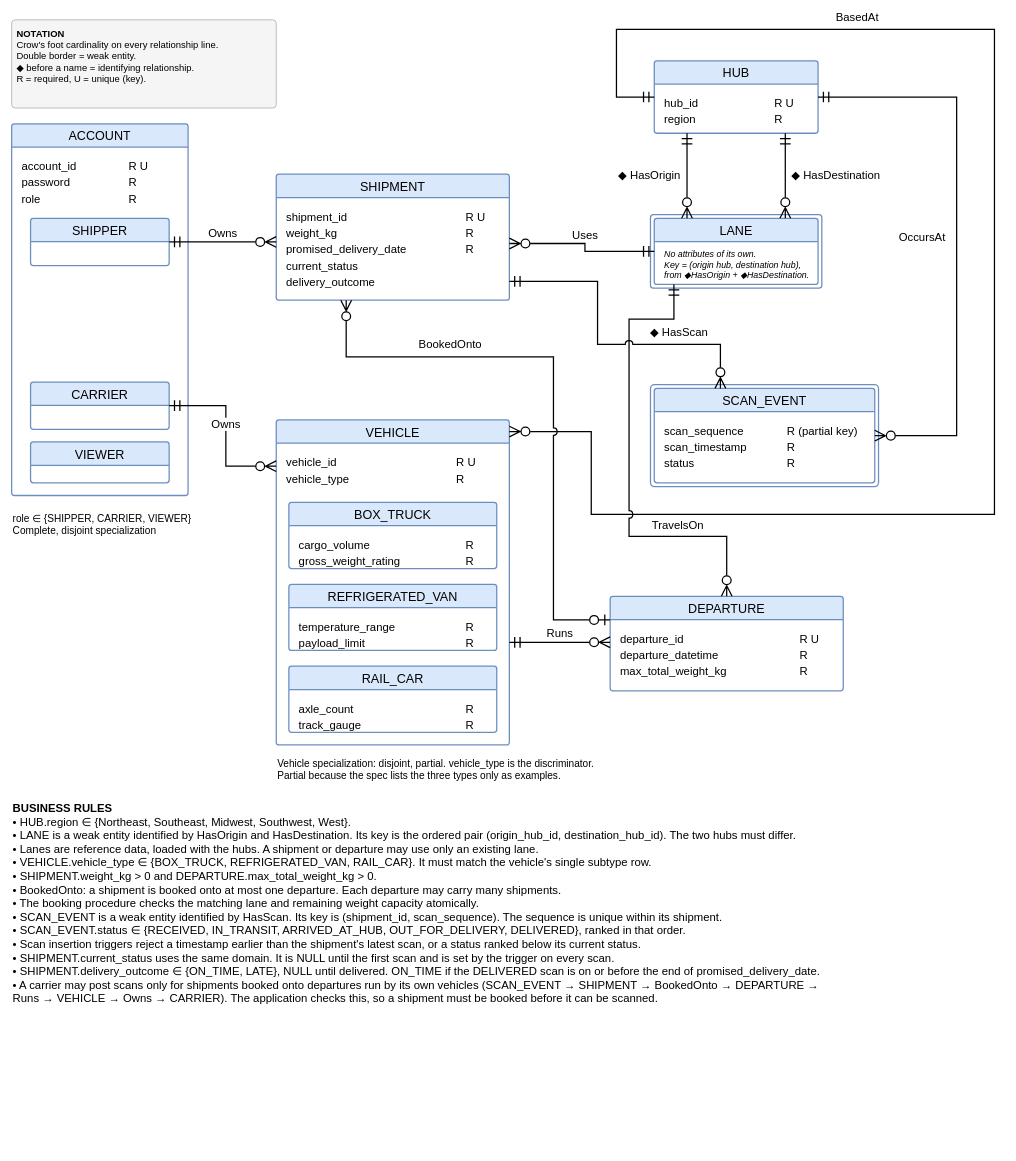
Before: diagrams/Final_Revised_ER_Diagram_v2.drawio in Devansh-Khandor/CSC540-Freight-Tracking-System, a draw.io diagram. Source tidied: cells renumbered, new cells numbered last; positions are measured from the earlier drawing's top-left corner, leaving out a move shared by most shapes. Both pictures are drawn from the tidied source at 63%, with x=0, y=0 at pixel (11, 20).
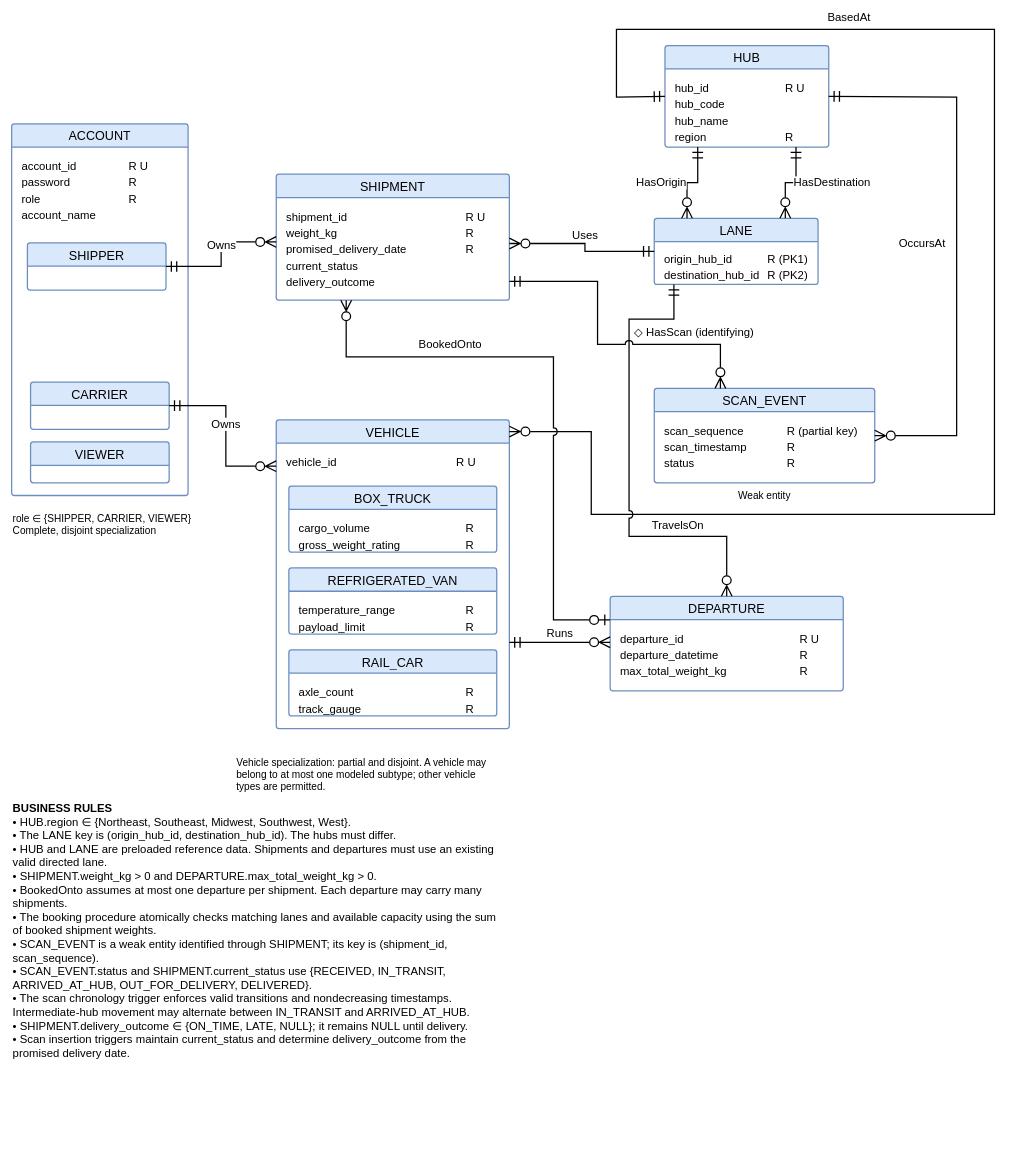
After the change.

Commit message (it also covers changes not shown here):
fix: preserve sample data names and finalize ER diagram

The change refers to these unchanged cells:
```xml
<mxCell id="5" value="ACCOUNT" style="swimlane;horizontal=1;startSize=37;rounded=1;fontSize=20;fontStyle=0;strokeWidth=2;shadow=0;dashed=0;align=center;arcSize=4;whiteSpace=wrap;html=1;fillColor=#dae8fc;strokeColor=#6c8ebf;overflow=hidden;" parent="1" vertex="1">
  <mxGeometry y="165" width="280" height="590" as="geometry" />
</mxCell>
<mxCell id="8" value="CARRIER" style="swimlane;horizontal=1;startSize=37;rounded=1;fontSize=20;fontStyle=0;strokeWidth=2;shadow=0;dashed=0;align=center;arcSize=4;whiteSpace=wrap;html=1;fillColor=#dae8fc;strokeColor=#6c8ebf;overflow=hidden;" parent="5" vertex="1">
  <mxGeometry x="30" y="410" width="220" height="75" as="geometry" />
</mxCell>
<mxCell id="11" value="SHIPMENT" style="swimlane;horizontal=1;startSize=37;rounded=1;fontSize=20;fontStyle=0;strokeWidth=2;shadow=0;dashed=0;align=center;arcSize=4;whiteSpace=wrap;html=1;fillColor=#dae8fc;strokeColor=#6c8ebf;overflow=hidden;" parent="1" vertex="1">
  <mxGeometry x="420" y="245" width="370" height="200" as="geometry" />
</mxCell>
<mxCell id="23" value="LANE" style="swimlane;horizontal=1;startSize=37;rounded=1;fontSize=20;fontStyle=0;strokeWidth=2;shadow=0;dashed=0;align=center;arcSize=4;whiteSpace=wrap;html=1;fillColor=#dae8fc;strokeColor=#6c8ebf;overflow=hidden;" parent="1" vertex="1">
  <mxGeometry x="1020" y="315" width="260" height="105" as="geometry" />
</mxCell>
<mxCell id="25" value="SCAN_EVENT" style="swimlane;horizontal=1;startSize=37;rounded=1;fontSize=20;fontStyle=0;strokeWidth=2;shadow=0;dashed=0;align=center;arcSize=4;whiteSpace=wrap;html=1;fillColor=#dae8fc;strokeColor=#6c8ebf;overflow=hidden;" parent="1" vertex="1">
  <mxGeometry x="1020" y="585" width="350" height="150" as="geometry" />
</mxCell>
<mxCell id="27" value="DEPARTURE" style="swimlane;horizontal=1;startSize=37;rounded=1;fontSize=20;fontStyle=0;strokeWidth=2;shadow=0;dashed=0;align=center;arcSize=4;whiteSpace=wrap;html=1;fillColor=#dae8fc;strokeColor=#6c8ebf;overflow=hidden;" parent="1" vertex="1">
  <mxGeometry x="950" y="915" width="370" height="150" as="geometry" />
</mxCell>
```

The edit, as a diff of the source:
```diff
@@
-    <mxCell id="2" value="&lt;b&gt;NOTATION&lt;/b&gt;&lt;br&gt;Crow's foot cardinality on every relationship line.&lt;br&gt;Double border = weak entity.&lt;br&gt;◆ before a name = identifying relationship.&lt;br&gt;R = required, U = unique (key)." style="text;html=1;strokeColor=#999999;fillColor=#f5f5f5;align=left;verticalAlign=top;whiteSpace=wrap;fontSize=15;spacing=8;rounded=1;arcSize=4;" parent="1" vertex="1">
-      <mxGeometry width="420" height="140" as="geometry" />
-    </mxCell>
-    <mxCell id="3" style="rounded=1;arcSize=4;fillColor=none;strokeColor=#6c8ebf;strokeWidth=2;html=1;" parent="1" vertex="1">
-      <mxGeometry x="1014" y="309" width="272" height="117" as="geometry" />
-    </mxCell>
-    <mxCell id="4" style="rounded=1;arcSize=4;fillColor=none;strokeColor=#6c8ebf;strokeWidth=2;html=1;" parent="1" vertex="1">
-      <mxGeometry x="1014" y="579" width="362" height="162" as="geometry" />
-    </mxCell>
@@
-    <mxCell id="6" value="&lt;div style=&quot;line-height:26px&quot;&gt;&lt;span style=&quot;display:inline-block;width:170px&quot;&gt;account_id&lt;/span&gt;R U&lt;/div&gt;&lt;div style=&quot;line-height:26px&quot;&gt;&lt;span style=&quot;display:inline-block;width:170px&quot;&gt;password&lt;/span&gt;R&lt;/div&gt;&lt;div style=&quot;line-height:26px&quot;&gt;&lt;span style=&quot;display:inline-block;width:170px&quot;&gt;role&lt;/span&gt;R&lt;/div&gt;" style="align=left;strokeColor=none;fillColor=none;spacingLeft=4;fontSize=18;verticalAlign=top;html=1;overflow=visible;" parent="5" vertex="1">
-      <mxGeometry x="10" y="48" width="260" height="78" as="geometry" />
+    <mxCell id="6" value="&lt;div style=&quot;line-height:26px&quot;&gt;&lt;span style=&quot;display:inline-block;width:170px&quot;&gt;account_id&lt;/span&gt;R U&lt;/div&gt;&lt;div style=&quot;line-height:26px&quot;&gt;&lt;span style=&quot;display:inline-block;width:170px&quot;&gt;password&lt;/span&gt;R&lt;/div&gt;&lt;div style=&quot;line-height:26px&quot;&gt;&lt;span style=&quot;display:inline-block;width:170px&quot;&gt;role&lt;/span&gt;R&lt;/div&gt;&lt;div style=&quot;line-height:26px&quot;&gt;account_name&amp;nbsp; &amp;nbsp; &amp;nbsp; &amp;nbsp; &amp;nbsp;&lt;/div&gt;" style="align=left;strokeColor=none;fillColor=none;spacingLeft=4;fontSize=18;verticalAlign=top;html=1;overflow=visible;" parent="5" vertex="1">
+      <mxGeometry x="10" y="48" width="260" height="95" as="geometry" />
     </mxCell>
     <mxCell id="7" value="SHIPPER" style="swimlane;horizontal=1;startSize=37;rounded=1;fontSize=20;fontStyle=0;strokeWidth=2;shadow=0;dashed=0;align=center;arcSize=4;whiteSpace=wrap;html=1;fillColor=#dae8fc;strokeColor=#6c8ebf;overflow=hidden;" parent="5" vertex="1">
-      <mxGeometry x="30" y="150" width="220" height="75" as="geometry" />
+      <mxGeometry x="25" y="189" width="220" height="75" as="geometry" />
     </mxCell>
@@
     <mxCell id="13" value="VEHICLE" style="swimlane;horizontal=1;startSize=37;rounded=1;fontSize=20;fontStyle=0;strokeWidth=2;shadow=0;dashed=0;align=center;arcSize=4;whiteSpace=wrap;html=1;fillColor=#dae8fc;strokeColor=#6c8ebf;overflow=hidden;" parent="1" vertex="1">
-      <mxGeometry x="420" y="635" width="370" height="516" as="geometry" />
+      <mxGeometry x="420" y="635" width="370" height="490" as="geometry" />
     </mxCell>
-    <mxCell id="14" value="&lt;div style=&quot;line-height:26px&quot;&gt;&lt;span style=&quot;display:inline-block;width:270px&quot;&gt;vehicle_id&lt;/span&gt;R U&lt;/div&gt;&lt;div style=&quot;line-height:26px&quot;&gt;&lt;span style=&quot;display:inline-block;width:270px&quot;&gt;vehicle_type&lt;/span&gt;R&lt;/div&gt;" style="align=left;strokeColor=none;fillColor=none;spacingLeft=4;fontSize=18;verticalAlign=top;html=1;overflow=visible;" parent="13" vertex="1">
-      <mxGeometry x="10" y="48" width="350" height="52" as="geometry" />
+    <mxCell id="14" value="&lt;div style=&quot;line-height:26px&quot;&gt;&lt;span style=&quot;display:inline-block;width:270px&quot;&gt;vehicle_id&lt;/span&gt;R U&lt;/div&gt;" style="align=left;strokeColor=none;fillColor=none;spacingLeft=4;fontSize=18;verticalAlign=top;html=1;overflow=visible;" parent="13" vertex="1">
+      <mxGeometry x="10" y="48" width="350" height="26" as="geometry" />
     </mxCell>
     <mxCell id="15" value="BOX_TRUCK" style="swimlane;horizontal=1;startSize=37;rounded=1;fontSize=20;fontStyle=0;strokeWidth=2;shadow=0;dashed=0;align=center;arcSize=4;whiteSpace=wrap;html=1;fillColor=#dae8fc;strokeColor=#6c8ebf;overflow=hidden;" parent="13" vertex="1">
-      <mxGeometry x="20" y="131" width="330" height="105" as="geometry" />
+      <mxGeometry x="20" y="105" width="330" height="105" as="geometry" />
     </mxCell>
@@
     <mxCell id="17" value="REFRIGERATED_VAN" style="swimlane;horizontal=1;startSize=37;rounded=1;fontSize=20;fontStyle=0;strokeWidth=2;shadow=0;dashed=0;align=center;arcSize=4;whiteSpace=wrap;html=1;fillColor=#dae8fc;strokeColor=#6c8ebf;overflow=hidden;" parent="13" vertex="1">
-      <mxGeometry x="20" y="261" width="330" height="105" as="geometry" />
+      <mxGeometry x="20" y="235" width="330" height="105" as="geometry" />
     </mxCell>
@@
     <mxCell id="19" value="RAIL_CAR" style="swimlane;horizontal=1;startSize=37;rounded=1;fontSize=20;fontStyle=0;strokeWidth=2;shadow=0;dashed=0;align=center;arcSize=4;whiteSpace=wrap;html=1;fillColor=#dae8fc;strokeColor=#6c8ebf;overflow=hidden;" parent="13" vertex="1">
-      <mxGeometry x="20" y="391" width="330" height="105" as="geometry" />
+      <mxGeometry x="20" y="365" width="330" height="105" as="geometry" />
     </mxCell>
@@
     <mxCell id="21" value="HUB" style="swimlane;horizontal=1;startSize=37;rounded=1;fontSize=20;fontStyle=0;strokeWidth=2;shadow=0;dashed=0;align=center;arcSize=4;whiteSpace=wrap;html=1;fillColor=#dae8fc;strokeColor=#6c8ebf;overflow=hidden;" parent="1" vertex="1">
-      <mxGeometry x="1020" y="65" width="260" height="115" as="geometry" />
+      <mxGeometry x="1037" y="41" width="260" height="161" as="geometry" />
     </mxCell>
-    <mxCell id="22" value="&lt;div style=&quot;line-height:26px&quot;&gt;&lt;span style=&quot;display:inline-block;width:175px&quot;&gt;hub_id&lt;/span&gt;R U&lt;/div&gt;&lt;div style=&quot;line-height:26px&quot;&gt;&lt;span style=&quot;display:inline-block;width:175px&quot;&gt;region&lt;/span&gt;R&lt;/div&gt;" style="align=left;strokeColor=none;fillColor=none;spacingLeft=4;fontSize=18;verticalAlign=top;html=1;overflow=visible;" parent="21" vertex="1">
+    <mxCell id="22" value="&lt;div style=&quot;line-height:26px&quot;&gt;&lt;span style=&quot;display:inline-block;width:175px&quot;&gt;hub_id&lt;/span&gt;R U&lt;/div&gt;&lt;div style=&quot;line-height:26px&quot;&gt;hub_code&lt;/div&gt;&lt;div style=&quot;line-height:26px&quot;&gt;hub_name&lt;/div&gt;&lt;div style=&quot;line-height:26px&quot;&gt;&lt;span style=&quot;display:inline-block;width:175px&quot;&gt;region&lt;/span&gt;R&lt;/div&gt;&lt;div style=&quot;line-height:26px&quot;&gt;&lt;br&gt;&lt;/div&gt;&lt;div style=&quot;line-height:26px&quot;&gt;&lt;br&gt;&lt;/div&gt;" style="align=left;strokeColor=none;fillColor=none;spacingLeft=4;fontSize=18;verticalAlign=top;html=1;overflow=visible;" parent="21" vertex="1">
       <mxGeometry x="10" y="48" width="240" height="52" as="geometry" />
     </mxCell>
@@
-    <mxCell id="24" value="No attributes of its own.&lt;br&gt;Key = (origin hub, destination hub),&lt;br&gt;from ◆HasOrigin + ◆HasDestination." style="align=left;strokeColor=none;fillColor=none;spacingLeft=4;fontSize=14;fontStyle=2;verticalAlign=top;html=1;overflow=visible;" parent="23" vertex="1">
-      <mxGeometry x="10" y="42" width="240" height="60" as="geometry" />
+    <mxCell id="24" value="&lt;div style=&quot;line-height:26px&quot;&gt;&lt;span style=&quot;display:inline-block;width:164px&quot;&gt;origin_hub_id&lt;/span&gt;R (PK1)&lt;/div&gt;&lt;div style=&quot;line-height:26px&quot;&gt;&lt;span style=&quot;display:inline-block;width:164px&quot;&gt;destination_hub_id&lt;/span&gt;R (PK2)&lt;/div&gt;" style="align=left;strokeColor=none;fillColor=none;spacingLeft=4;fontSize=18;verticalAlign=top;html=1;overflow=visible;" parent="23" vertex="1">
+      <mxGeometry x="10" y="45" width="240" height="52" as="geometry" />
     </mxCell>
@@
-    <mxCell id="30" value="Owns" style="edgeStyle=orthogonalEdgeStyle;rounded=0;jettySize=auto;html=1;fontSize=18;strokeWidth=2;startSize=14;endSize=14;labelBackgroundColor=default;jumpStyle=arc;jumpSize=10;startArrow=ERmandOne;endArrow=ERzeroToMany;startFill=0;endFill=0;exitX=1;exitY=0.5;exitDx=0;exitDy=0;entryX=0;entryY=0.1424;entryDx=0;entryDy=0;" parent="1" edge="1" source="8" target="13">
+    <mxCell id="30" value="Owns" style="edgeStyle=orthogonalEdgeStyle;rounded=0;jettySize=auto;html=1;fontSize=18;strokeWidth=2;startSize=14;endSize=14;labelBackgroundColor=default;jumpStyle=arc;jumpSize=10;startArrow=ERmandOne;endArrow=ERzeroToMany;startFill=0;endFill=0;exitX=1;exitY=0.5;exitDx=0;exitDy=0;entryX=0;entryY=0.15;entryDx=0;entryDy=0;" parent="1" edge="1" source="8" target="13">
       <mxGeometry relative="1" as="geometry">
         <Array as="points">
           <mxPoint x="340" y="612.5" />
           <mxPoint x="340" y="708.5" />
         </Array>
         <mxPoint y="-14" as="offset" />
       </mxGeometry>
     </mxCell>
@@
-    <mxCell id="32" value="◆ HasOrigin" style="edgeStyle=orthogonalEdgeStyle;rounded=0;jettySize=auto;html=1;fontSize=18;strokeWidth=2;startSize=14;endSize=14;labelBackgroundColor=default;jumpStyle=arc;jumpSize=10;startArrow=ERzeroToMany;endArrow=ERmandOne;startFill=0;endFill=0;exitX=0.2;exitY=0;exitDx=0;exitDy=0;entryX=0.2;entryY=1;entryDx=0;entryDy=0;" parent="1" edge="1" source="23" target="21">
+    <mxCell id="32" value="HasOrigin" style="edgeStyle=orthogonalEdgeStyle;rounded=0;jettySize=auto;html=1;fontSize=18;strokeWidth=2;startSize=14;endSize=14;labelBackgroundColor=default;jumpStyle=arc;jumpSize=10;startArrow=ERzeroToMany;endArrow=ERmandOne;startFill=0;endFill=0;exitX=0.2;exitY=0;exitDx=0;exitDy=0;entryX=0.2;entryY=1;entryDx=0;entryDy=0;" parent="1" edge="1" source="23" target="21">
       <mxGeometry relative="1" as="geometry">
-        <mxPoint x="-60" as="offset" />
+        <mxPoint x="-50" as="offset" />
       </mxGeometry>
     </mxCell>
-    <mxCell id="33" value="◆ HasDestination" style="edgeStyle=orthogonalEdgeStyle;rounded=0;jettySize=auto;html=1;fontSize=18;strokeWidth=2;startSize=14;endSize=14;labelBackgroundColor=default;jumpStyle=arc;jumpSize=10;startArrow=ERzeroToMany;endArrow=ERmandOne;startFill=0;endFill=0;exitX=0.8;exitY=0;exitDx=0;exitDy=0;entryX=0.8;entryY=1;entryDx=0;entryDy=0;" parent="1" edge="1" source="23" target="21">
+    <mxCell id="33" value="HasDestination" style="edgeStyle=orthogonalEdgeStyle;rounded=0;jettySize=auto;html=1;fontSize=18;strokeWidth=2;startSize=14;endSize=14;labelBackgroundColor=default;jumpStyle=arc;jumpSize=10;startArrow=ERzeroToMany;endArrow=ERmandOne;startFill=0;endFill=0;exitX=0.8;exitY=0;exitDx=0;exitDy=0;entryX=0.8;entryY=1;entryDx=0;entryDy=0;" parent="1" edge="1" source="23" target="21">
       <mxGeometry relative="1" as="geometry">
-        <mxPoint x="80" as="offset" />
+        <mxPoint x="65" as="offset" />
       </mxGeometry>
     </mxCell>
-    <mxCell id="34" value="BasedAt" style="edgeStyle=orthogonalEdgeStyle;rounded=0;jettySize=auto;html=1;fontSize=18;strokeWidth=2;startSize=14;endSize=14;labelBackgroundColor=default;jumpStyle=arc;jumpSize=10;startArrow=ERzeroToMany;endArrow=ERmandOne;startFill=0;endFill=0;exitX=1;exitY=0.03585;exitDx=0;exitDy=0;entryX=0;entryY=0.5;entryDx=0;entryDy=0;" parent="1" edge="1" source="13" target="21">
+    <mxCell id="34" value="BasedAt" style="edgeStyle=orthogonalEdgeStyle;rounded=0;jettySize=auto;html=1;fontSize=18;strokeWidth=2;startSize=14;endSize=14;labelBackgroundColor=default;jumpStyle=arc;jumpSize=10;startArrow=ERzeroToMany;endArrow=ERmandOne;startFill=0;endFill=0;exitX=1;exitY=0.03775510204;exitDx=0;exitDy=0;entryX=0;entryY=0.5;entryDx=0;entryDy=0;" parent="1" edge="1" source="13" target="21">
       <mxGeometry x="0.55" relative="1" as="geometry">
         <Array as="points">
           <mxPoint x="920" y="653.5" />
           <mxPoint x="920" y="785" />
           <mxPoint x="1560" y="785" />
           <mxPoint x="1560" y="15" />
           <mxPoint x="960" y="15" />
           <mxPoint x="960" y="122.5" />
         </Array>
         <mxPoint y="-18" as="offset" />
       </mxGeometry>
     </mxCell>
-    <mxCell id="35" value="Runs" style="edgeStyle=orthogonalEdgeStyle;rounded=0;jettySize=auto;html=1;fontSize=18;strokeWidth=2;startSize=14;endSize=14;labelBackgroundColor=default;jumpStyle=arc;jumpSize=10;startArrow=ERmandOne;endArrow=ERzeroToMany;startFill=0;endFill=0;exitX=1;exitY=0.6841;exitDx=0;exitDy=0;entryX=0;entryY=0.48666666667;entryDx=0;entryDy=0;" parent="1" edge="1" source="13" target="27">
+    <mxCell id="35" value="Runs" style="edgeStyle=orthogonalEdgeStyle;rounded=0;jettySize=auto;html=1;fontSize=18;strokeWidth=2;startSize=14;endSize=14;labelBackgroundColor=default;jumpStyle=arc;jumpSize=10;startArrow=ERmandOne;endArrow=ERzeroToMany;startFill=0;endFill=0;exitX=1;exitY=0.72040816327;exitDx=0;exitDy=0;entryX=0;entryY=0.48666666667;entryDx=0;entryDy=0;" parent="1" edge="1" source="13" target="27">
       <mxGeometry relative="1" as="geometry">
         <mxPoint y="-14" as="offset" />
       </mxGeometry>
     </mxCell>
@@
-    <mxCell id="38" value="◆ HasScan" style="edgeStyle=orthogonalEdgeStyle;rounded=0;jettySize=auto;html=1;fontSize=18;strokeWidth=2;startSize=14;endSize=14;labelBackgroundColor=default;jumpStyle=arc;jumpSize=10;startArrow=ERmandOne;endArrow=ERzeroToMany;startFill=0;endFill=0;exitX=1;exitY=0.85;exitDx=0;exitDy=0;entryX=0.3;entryY=0;entryDx=0;entryDy=0;" parent="1" edge="1" source="11" target="25">
+    <mxCell id="38" value="◇ HasScan (identifying)" style="edgeStyle=orthogonalEdgeStyle;rounded=0;jettySize=auto;html=1;fontSize=18;strokeWidth=2;startSize=14;endSize=14;labelBackgroundColor=default;jumpStyle=arc;jumpSize=10;startArrow=ERmandOne;endArrow=ERzeroToMany;startFill=0;endFill=0;exitX=1;exitY=0.85;exitDx=0;exitDy=0;entryX=0.3;entryY=0;entryDx=0;entryDy=0;" parent="1" edge="1" source="11" target="25">
       <mxGeometry x="0.46" relative="1" as="geometry">
         <Array as="points">
           <mxPoint x="930" y="415" />
           <mxPoint x="930" y="515" />
           <mxPoint x="1125" y="515" />
         </Array>
-        <mxPoint y="-18" as="offset" />
+        <mxPoint x="24" y="-18" as="offset" />
       </mxGeometry>
     </mxCell>
@@
+    <mxCell id="41" value="&lt;b&gt;BUSINESS RULES&lt;/b&gt;&lt;br&gt;• HUB.region ∈ {Northeast, Southeast, Midwest, Southwest, West}.&lt;br&gt;• The LANE key is (origin_hub_id, destination_hub_id). The hubs must differ.&lt;br&gt;• HUB and LANE are preloaded reference data. Shipments and departures must use an existing valid directed lane.&lt;br&gt;• SHIPMENT.weight_kg &amp;gt; 0 and DEPARTURE.max_total_weight_kg &amp;gt; 0.&lt;br&gt;• BookedOnto assumes at most one departure per shipment. Each departure may carry many shipments.&lt;br&gt;• The booking procedure atomically checks matching lanes and available capacity using the sum of booked shipment weights.&lt;br&gt;• SCAN_EVENT is a weak entity identified through SHIPMENT; its key is (shipment_id, scan_sequence).&lt;br&gt;• SCAN_EVENT.status and SHIPMENT.current_status use {RECEIVED, IN_TRANSIT, ARRIVED_AT_HUB, OUT_FOR_DELIVERY, DELIVERED}.&lt;br&gt;• The scan chronology trigger enforces valid transitions and nondecreasing timestamps. Intermediate-hub movement may alternate between IN_TRANSIT and ARRIVED_AT_HUB.&lt;br&gt;• SHIPMENT.delivery_outcome ∈ {ON_TIME, LATE, NULL}; it remains NULL until delivery.&lt;br&gt;• Scan insertion triggers maintain current_status and determine delivery_outcome from the promised delivery date." style="text;html=1;strokeColor=none;fillColor=none;align=left;verticalAlign=top;whiteSpace=wrap;fontSize=18;" parent="1" vertex="1">
+      <mxGeometry y="1235" width="770" height="420" as="geometry" />
+    </mxCell>
-    <mxCell id="40" value="Vehicle specialization: disjoint, partial. vehicle_type is the discriminator.&lt;br&gt;Partial because the spec lists the three types only as examples." style="text;html=1;strokeColor=none;fillColor=none;align=left;verticalAlign=top;whiteSpace=wrap;fontSize=16;" parent="1" vertex="1">
-      <mxGeometry x="420" y="1165" width="700" height="50" as="geometry" />
+    <mxCell id="40" value="Vehicle specialization: partial and disjoint. A vehicle may belong to at most one modeled subtype; other vehicle types are permitted." style="text;html=1;strokeColor=none;fillColor=none;align=left;verticalAlign=top;whiteSpace=wrap;fontSize=16;" parent="1" vertex="1">
+      <mxGeometry x="355" y="1163" width="420" height="45" as="geometry" />
     </mxCell>
-    <mxCell id="41" value="&lt;b&gt;BUSINESS RULES&lt;/b&gt;&lt;br&gt;• HUB.region ∈ {Northeast, Southeast, Midwest, Southwest, West}.&lt;br&gt;• LANE is a weak entity identified by HasOrigin and HasDestination. Its key is the ordered pair (origin_hub_id, destination_hub_id). The two hubs must differ.&lt;br&gt;• Lanes are reference data, loaded with the hubs. A shipment or departure may use only an existing lane.&lt;br&gt;• VEHICLE.vehicle_type ∈ {BOX_TRUCK, REFRIGERATED_VAN, RAIL_CAR}. It must match the vehicle's single subtype row.&lt;br&gt;• SHIPMENT.weight_kg &amp;gt; 0 and DEPARTURE.max_total_weight_kg &amp;gt; 0.&lt;br&gt;• BookedOnto: a shipment is booked onto at most one departure. Each departure may carry many shipments.&lt;br&gt;• The booking procedure checks the matching lane and remaining weight capacity atomically.&lt;br&gt;• SCAN_EVENT is a weak entity identified by HasScan. Its key is (shipment_id, scan_sequence). The sequence is unique within its shipment.&lt;br&gt;• SCAN_EVENT.status ∈ {RECEIVED, IN_TRANSIT, ARRIVED_AT_HUB, OUT_FOR_DELIVERY, DELIVERED}, ranked in that order.&lt;br&gt;• Scan insertion triggers reject a timestamp earlier than the shipment's latest scan, or a status ranked below its current status.&lt;br&gt;• SHIPMENT.current_status uses the same domain. It is NULL until the first scan and is set by the trigger on every scan.&lt;br&gt;• SHIPMENT.delivery_outcome ∈ {ON_TIME, LATE}, NULL until delivered. ON_TIME if the DELIVERED scan is on or before the end of promised_delivery_date.&lt;br&gt;• A carrier may post scans only for shipments booked onto departures run by its own vehicles (SCAN_EVENT → SHIPMENT → BookedOnto → DEPARTURE → Runs → VEHICLE → Owns → CARRIER). The application checks this, so a shipment must be booked before it can be scanned." style="text;html=1;strokeColor=none;fillColor=none;align=left;verticalAlign=top;whiteSpace=wrap;fontSize=18;" parent="1" vertex="1">
-      <mxGeometry y="1235" width="1300" height="560" as="geometry" />
-    </mxCell>
+    <mxCell id="42" value="Weak entity" style="text;html=1;strokeColor=none;fillColor=none;align=center;verticalAlign=middle;whiteSpace=wrap;fontSize=16;" parent="1" vertex="1">
+      <mxGeometry x="1020" y="740" width="350" height="30" as="geometry" />
+    </mxCell>
```
